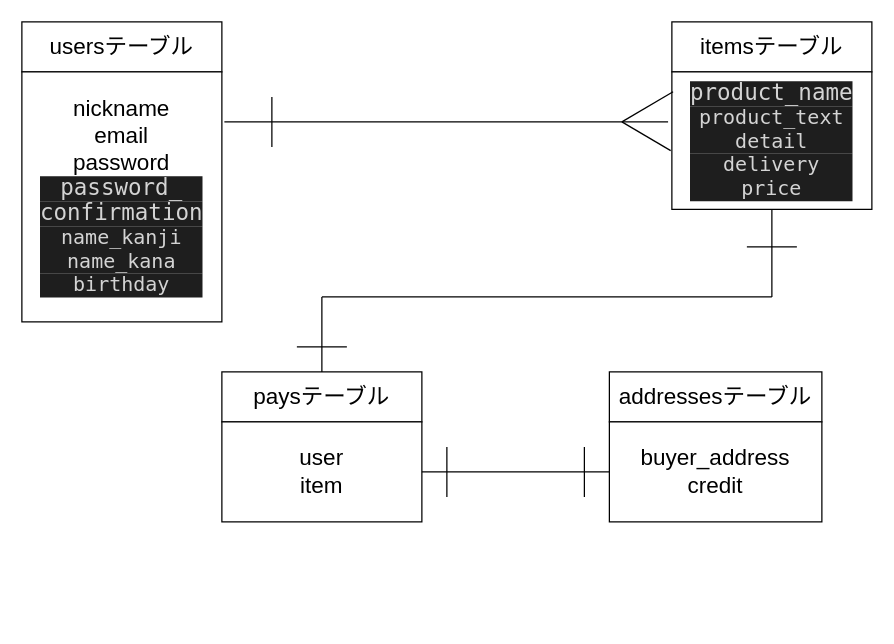
The draw.io diagram test.dio in maduya/furima-28123, before the edit. Source tidied: cells renumbered, new cells numbered last; positions are measured from the earlier drawing's top-left corner, leaving out a move shared by most shapes. Both pictures are drawn from the tidied source at 125%, with x=0, y=0 at pixel (21, 21).
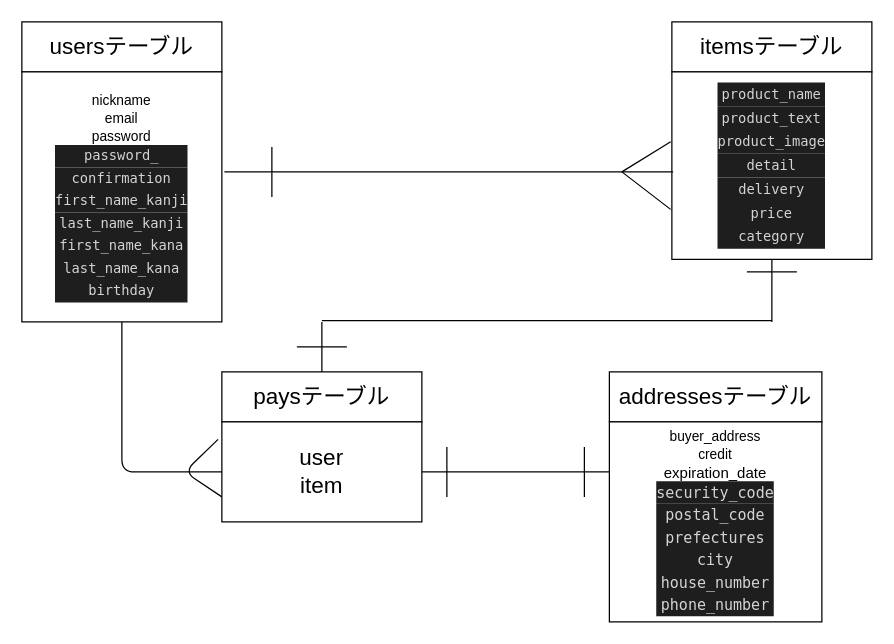
After the change.

Commit message (it also covers changes not shown here):
テーブルの作成ー修正2度目

The change refers to these unchanged cells:
```xml
<mxCell id="6" value="&lt;font style=&quot;font-size: 18px&quot;&gt;paysテーブル&lt;/font&gt;" style="rounded=0;whiteSpace=wrap;html=1;" parent="1" vertex="1">
  <mxGeometry x="160" y="280" width="160" height="40" as="geometry" />
</mxCell>
<mxCell id="7" value="&lt;font style=&quot;font-size: 18px&quot;&gt;user&lt;br&gt;item&lt;br&gt;&lt;/font&gt;" style="rounded=0;whiteSpace=wrap;html=1;" parent="1" vertex="1">
  <mxGeometry x="160" y="320" width="160" height="80" as="geometry" />
</mxCell>
```

Change to the diagram source:
```diff
@@
-    <mxCell id="3" value="&lt;font&gt;&lt;span style=&quot;font-size: 18px&quot;&gt;nickname&lt;/span&gt;&lt;br&gt;&lt;span style=&quot;font-size: 18px&quot;&gt;email&lt;/span&gt;&lt;br&gt;&lt;span style=&quot;font-size: 18px&quot;&gt;password&lt;/span&gt;&lt;br&gt;&lt;div style=&quot;color: rgb(212 , 212 , 212) ; background-color: rgb(30 , 30 , 30) ; font-family: &amp;#34;menlo&amp;#34; , &amp;#34;monaco&amp;#34; , &amp;#34;courier new&amp;#34; , monospace ; line-height: 18px&quot;&gt;&lt;font style=&quot;font-size: 18px&quot;&gt;password_&lt;/font&gt;&lt;/div&gt;&lt;div style=&quot;color: rgb(212 , 212 , 212) ; background-color: rgb(30 , 30 , 30) ; font-family: &amp;#34;menlo&amp;#34; , &amp;#34;monaco&amp;#34; , &amp;#34;courier new&amp;#34; , monospace ; line-height: 18px&quot;&gt;&lt;font style=&quot;font-size: 18px&quot;&gt;confirmation&lt;/font&gt;&lt;/div&gt;&lt;div style=&quot;color: rgb(212 , 212 , 212) ; background-color: rgb(30 , 30 , 30) ; font-family: &amp;#34;menlo&amp;#34; , &amp;#34;monaco&amp;#34; , &amp;#34;courier new&amp;#34; , monospace ; line-height: 18px&quot;&gt;&lt;font size=&quot;3&quot;&gt;name_kanji&lt;/font&gt;&lt;/div&gt;&lt;div style=&quot;color: rgb(212 , 212 , 212) ; background-color: rgb(30 , 30 , 30) ; font-family: &amp;#34;menlo&amp;#34; , &amp;#34;monaco&amp;#34; , &amp;#34;courier new&amp;#34; , monospace ; line-height: 18px&quot;&gt;&lt;font size=&quot;3&quot;&gt;name_kana&lt;/font&gt;&lt;/div&gt;&lt;div style=&quot;color: rgb(212 , 212 , 212) ; background-color: rgb(30 , 30 , 30) ; font-family: &amp;#34;menlo&amp;#34; , &amp;#34;monaco&amp;#34; , &amp;#34;courier new&amp;#34; , monospace ; line-height: 18px&quot;&gt;&lt;font size=&quot;3&quot;&gt;birthday&lt;/font&gt;&lt;/div&gt;&lt;/font&gt;" style="rounded=0;whiteSpace=wrap;html=1;" parent="1" vertex="1">
+    <mxCell id="3" value="&lt;font style=&quot;font-size: 11px&quot;&gt;nickname&lt;br&gt;email&lt;br&gt;password&lt;br&gt;&lt;div style=&quot;color: rgb(212 , 212 , 212) ; background-color: rgb(30 , 30 , 30) ; font-family: &amp;#34;menlo&amp;#34; , &amp;#34;monaco&amp;#34; , &amp;#34;courier new&amp;#34; , monospace ; line-height: 18px&quot;&gt;&lt;font&gt;password_&lt;/font&gt;&lt;/div&gt;&lt;div style=&quot;color: rgb(212 , 212 , 212) ; background-color: rgb(30 , 30 , 30) ; font-family: &amp;#34;menlo&amp;#34; , &amp;#34;monaco&amp;#34; , &amp;#34;courier new&amp;#34; , monospace ; line-height: 18px&quot;&gt;&lt;font&gt;confirmation&lt;/font&gt;&lt;/div&gt;&lt;div style=&quot;color: rgb(212 , 212 , 212) ; background-color: rgb(30 , 30 , 30) ; font-family: &amp;#34;menlo&amp;#34; , &amp;#34;monaco&amp;#34; , &amp;#34;courier new&amp;#34; , monospace ; line-height: 18px&quot;&gt;first_name_kanji&lt;/div&gt;&lt;div style=&quot;color: rgb(212 , 212 , 212) ; background-color: rgb(30 , 30 , 30) ; font-family: &amp;#34;menlo&amp;#34; , &amp;#34;monaco&amp;#34; , &amp;#34;courier new&amp;#34; , monospace ; line-height: 18px&quot;&gt;last_name_kanji&lt;/div&gt;&lt;div style=&quot;color: rgb(212 , 212 , 212) ; background-color: rgb(30 , 30 , 30) ; font-family: &amp;#34;menlo&amp;#34; , &amp;#34;monaco&amp;#34; , &amp;#34;courier new&amp;#34; , monospace ; line-height: 18px&quot;&gt;&lt;div style=&quot;line-height: 18px&quot;&gt;&lt;font&gt;first_name_kana&lt;/font&gt;&lt;/div&gt;&lt;div style=&quot;line-height: 18px&quot;&gt;&lt;font&gt;last_name_kana&lt;/font&gt;&lt;/div&gt;&lt;div style=&quot;line-height: 18px&quot;&gt;birthday&lt;/div&gt;&lt;/div&gt;&lt;/font&gt;" style="rounded=0;whiteSpace=wrap;html=1;" parent="1" vertex="1">
       <mxGeometry y="40" width="160" height="200" as="geometry" />
     </mxCell>
@@
-    <mxCell id="5" value="&lt;div style=&quot;color: rgb(212 , 212 , 212) ; background-color: rgb(30 , 30 , 30) ; font-family: &amp;#34;menlo&amp;#34; , &amp;#34;monaco&amp;#34; , &amp;#34;courier new&amp;#34; , monospace ; line-height: 18px&quot;&gt;&lt;font style=&quot;font-size: 18px&quot;&gt;product_name&lt;/font&gt;&lt;/div&gt;&lt;div style=&quot;color: rgb(212 , 212 , 212) ; background-color: rgb(30 , 30 , 30) ; font-family: &amp;#34;menlo&amp;#34; , &amp;#34;monaco&amp;#34; , &amp;#34;courier new&amp;#34; , monospace ; line-height: 18px&quot;&gt;&lt;font size=&quot;3&quot;&gt;product_text&lt;/font&gt;&lt;/div&gt;&lt;div style=&quot;color: rgb(212 , 212 , 212) ; background-color: rgb(30 , 30 , 30) ; font-family: &amp;#34;menlo&amp;#34; , &amp;#34;monaco&amp;#34; , &amp;#34;courier new&amp;#34; , monospace ; line-height: 18px&quot;&gt;&lt;font size=&quot;3&quot;&gt;detail&lt;/font&gt;&lt;/div&gt;&lt;div style=&quot;color: rgb(212 , 212 , 212) ; background-color: rgb(30 , 30 , 30) ; font-family: &amp;#34;menlo&amp;#34; , &amp;#34;monaco&amp;#34; , &amp;#34;courier new&amp;#34; , monospace ; line-height: 18px&quot;&gt;&lt;div style=&quot;line-height: 18px&quot;&gt;&lt;font size=&quot;3&quot;&gt;delivery&lt;/font&gt;&lt;/div&gt;&lt;div style=&quot;line-height: 18px&quot;&gt;&lt;div style=&quot;line-height: 18px&quot;&gt;&lt;font size=&quot;3&quot;&gt;price&lt;/font&gt;&lt;/div&gt;&lt;/div&gt;&lt;/div&gt;" style="rounded=0;whiteSpace=wrap;html=1;" parent="1" vertex="1">
-      <mxGeometry x="520" y="40" width="160" height="110" as="geometry" />
+    <mxCell id="5" value="&lt;div style=&quot;color: rgb(212 , 212 , 212) ; background-color: rgb(30 , 30 , 30) ; font-family: &amp;#34;menlo&amp;#34; , &amp;#34;monaco&amp;#34; , &amp;#34;courier new&amp;#34; , monospace ; line-height: 18px&quot;&gt;&lt;font style=&quot;font-size: 11px&quot;&gt;product_name&lt;/font&gt;&lt;/div&gt;&lt;div style=&quot;color: rgb(212 , 212 , 212) ; background-color: rgb(30 , 30 , 30) ; font-family: &amp;#34;menlo&amp;#34; , &amp;#34;monaco&amp;#34; , &amp;#34;courier new&amp;#34; , monospace ; line-height: 18px&quot;&gt;&lt;font style=&quot;font-size: 11px&quot;&gt;product_text&lt;/font&gt;&lt;/div&gt;&lt;div style=&quot;color: rgb(212 , 212 , 212) ; background-color: rgb(30 , 30 , 30) ; font-family: &amp;#34;menlo&amp;#34; , &amp;#34;monaco&amp;#34; , &amp;#34;courier new&amp;#34; , monospace ; line-height: 18px&quot;&gt;&lt;font style=&quot;font-size: 11px&quot;&gt;product_image&lt;/font&gt;&lt;/div&gt;&lt;div style=&quot;color: rgb(212 , 212 , 212) ; background-color: rgb(30 , 30 , 30) ; font-family: &amp;#34;menlo&amp;#34; , &amp;#34;monaco&amp;#34; , &amp;#34;courier new&amp;#34; , monospace ; line-height: 18px&quot;&gt;&lt;font style=&quot;font-size: 11px&quot;&gt;detail&lt;/font&gt;&lt;/div&gt;&lt;div style=&quot;color: rgb(212 , 212 , 212) ; background-color: rgb(30 , 30 , 30) ; font-family: &amp;#34;menlo&amp;#34; , &amp;#34;monaco&amp;#34; , &amp;#34;courier new&amp;#34; , monospace ; line-height: 18px&quot;&gt;&lt;div style=&quot;line-height: 18px&quot;&gt;&lt;font style=&quot;font-size: 11px&quot;&gt;delivery&lt;/font&gt;&lt;/div&gt;&lt;div style=&quot;line-height: 18px&quot;&gt;&lt;div style=&quot;line-height: 18px&quot;&gt;&lt;font style=&quot;font-size: 11px&quot;&gt;price&lt;/font&gt;&lt;/div&gt;&lt;div style=&quot;line-height: 18px&quot;&gt;&lt;font style=&quot;font-size: 11px&quot;&gt;category&lt;/font&gt;&lt;/div&gt;&lt;/div&gt;&lt;/div&gt;" style="rounded=0;whiteSpace=wrap;html=1;" parent="1" vertex="1">
+      <mxGeometry x="520" y="40" width="160" height="150" as="geometry" />
     </mxCell>
@@
-    <mxCell id="9" value="&lt;font style=&quot;font-size: 18px&quot;&gt;buyer_address&lt;br&gt;credit&lt;br&gt;&lt;/font&gt;" style="rounded=0;whiteSpace=wrap;html=1;" parent="1" vertex="1">
-      <mxGeometry x="470" y="320" width="170" height="80" as="geometry" />
+    <mxCell id="9" value="&lt;font&gt;&lt;font style=&quot;font-size: 11px&quot;&gt;buyer_address&lt;br&gt;credit&lt;br&gt;&lt;/font&gt;expiration_date&lt;br&gt;&lt;div style=&quot;color: rgb(212 , 212 , 212) ; background-color: rgb(30 , 30 , 30) ; font-family: &amp;#34;menlo&amp;#34; , &amp;#34;monaco&amp;#34; , &amp;#34;courier new&amp;#34; , monospace ; line-height: 18px&quot;&gt;security_code&lt;/div&gt;&lt;div style=&quot;color: rgb(212 , 212 , 212) ; background-color: rgb(30 , 30 , 30) ; font-family: &amp;#34;menlo&amp;#34; , &amp;#34;monaco&amp;#34; , &amp;#34;courier new&amp;#34; , monospace ; line-height: 18px&quot;&gt;&lt;div style=&quot;font-family: &amp;#34;menlo&amp;#34; , &amp;#34;monaco&amp;#34; , &amp;#34;courier new&amp;#34; , monospace ; line-height: 18px&quot;&gt;postal_code&lt;/div&gt;&lt;div style=&quot;font-family: &amp;#34;menlo&amp;#34; , &amp;#34;monaco&amp;#34; , &amp;#34;courier new&amp;#34; , monospace ; line-height: 18px&quot;&gt;&lt;div style=&quot;font-family: &amp;#34;menlo&amp;#34; , &amp;#34;monaco&amp;#34; , &amp;#34;courier new&amp;#34; , monospace ; line-height: 18px&quot;&gt;prefectures&lt;/div&gt;&lt;div style=&quot;font-family: &amp;#34;menlo&amp;#34; , &amp;#34;monaco&amp;#34; , &amp;#34;courier new&amp;#34; , monospace ; line-height: 18px&quot;&gt;city&lt;/div&gt;&lt;div style=&quot;font-family: &amp;#34;menlo&amp;#34; , &amp;#34;monaco&amp;#34; , &amp;#34;courier new&amp;#34; , monospace ; line-height: 18px&quot;&gt;&lt;div style=&quot;font-family: &amp;#34;menlo&amp;#34; , &amp;#34;monaco&amp;#34; , &amp;#34;courier new&amp;#34; , monospace ; line-height: 18px&quot;&gt;house_number&lt;/div&gt;&lt;div style=&quot;font-family: &amp;#34;menlo&amp;#34; , &amp;#34;monaco&amp;#34; , &amp;#34;courier new&amp;#34; , monospace ; line-height: 18px&quot;&gt;&lt;div style=&quot;line-height: 18px&quot;&gt;phone_number&lt;/div&gt;&lt;/div&gt;&lt;/div&gt;&lt;/div&gt;&lt;/div&gt;&lt;/font&gt;" style="rounded=0;whiteSpace=wrap;html=1;" parent="1" vertex="1">
+      <mxGeometry x="470" y="320" width="170" height="160" as="geometry" />
     </mxCell>
-    <mxCell id="10" style="endArrow=none;html=1;entryX=-0.019;entryY=0.364;entryDx=0;entryDy=0;entryPerimeter=0;" parent="1" edge="1" target="5">
+    <mxCell id="10" style="endArrow=none;html=1;" parent="1" edge="1">
       <mxGeometry relative="1" as="geometry">
-        <mxPoint x="162" y="80" as="sourcePoint" />
+        <mxPoint x="162" y="120" as="sourcePoint" />
+        <mxPoint x="521" y="120" as="targetPoint" />
       </mxGeometry>
     </mxCell>
-    <mxCell id="11" style="endArrow=none;html=1;entryX=-0.006;entryY=0.573;entryDx=0;entryDy=0;entryPerimeter=0;" parent="1" edge="1" target="5">
+    <mxCell id="11" style="endArrow=none;html=1;" parent="1" edge="1">
       <mxGeometry relative="1" as="geometry">
-        <mxPoint x="480" y="80" as="sourcePoint" />
+        <mxPoint x="480" y="120" as="sourcePoint" />
+        <mxPoint x="519" y="150" as="targetPoint" />
       </mxGeometry>
     </mxCell>
-    <mxCell id="12" style="endArrow=none;html=1;entryX=0.006;entryY=0.145;entryDx=0;entryDy=0;entryPerimeter=0;" parent="1" edge="1" target="5">
+    <mxCell id="12" style="endArrow=none;html=1;entryX=-0.006;entryY=0.373;entryDx=0;entryDy=0;entryPerimeter=0;" parent="1" edge="1" target="5">
       <mxGeometry relative="1" as="geometry">
-        <mxPoint x="480" y="80" as="sourcePoint" />
+        <mxPoint x="480" y="120" as="sourcePoint" />
       </mxGeometry>
     </mxCell>
     <mxCell id="13" style="endArrow=none;html=1;" parent="1" edge="1">
       <mxGeometry relative="1" as="geometry">
-        <mxPoint x="200" y="100" as="sourcePoint" />
-        <mxPoint x="200" y="60" as="targetPoint" />
+        <mxPoint x="200" y="140" as="sourcePoint" />
+        <mxPoint x="200" y="100" as="targetPoint" />
       </mxGeometry>
     </mxCell>
     <mxCell id="14" style="endArrow=none;html=1;entryX=0.5;entryY=1;entryDx=0;entryDy=0;" parent="1" edge="1" target="5">
       <mxGeometry relative="1" as="geometry">
-        <mxPoint x="600" y="220" as="sourcePoint" />
+        <mxPoint x="600" y="240" as="sourcePoint" />
       </mxGeometry>
     </mxCell>
     <mxCell id="15" style="endArrow=none;html=1;" parent="1" edge="1">
       <mxGeometry relative="1" as="geometry">
-        <mxPoint x="240" y="220" as="sourcePoint" />
-        <mxPoint x="600" y="220" as="targetPoint" />
+        <mxPoint x="240" y="239" as="sourcePoint" />
+        <mxPoint x="600" y="239" as="targetPoint" />
       </mxGeometry>
     </mxCell>
     <mxCell id="16" style="endArrow=none;html=1;exitX=0.5;exitY=0;exitDx=0;exitDy=0;" parent="1" edge="1" source="6">
       <mxGeometry relative="1" as="geometry">
-        <mxPoint x="240" y="220" as="targetPoint" />
+        <mxPoint x="240" y="240" as="targetPoint" />
       </mxGeometry>
     </mxCell>
     <mxCell id="17" style="endArrow=none;html=1;" parent="1" edge="1">
       <mxGeometry relative="1" as="geometry">
-        <mxPoint x="580" y="180" as="sourcePoint" />
-        <mxPoint x="620" y="180" as="targetPoint" />
+        <mxPoint x="580" y="200" as="sourcePoint" />
+        <mxPoint x="620" y="200" as="targetPoint" />
       </mxGeometry>
     </mxCell>
@@
-    <mxCell id="19" style="endArrow=none;html=1;exitX=1;exitY=0.5;exitDx=0;exitDy=0;entryX=0;entryY=0.5;entryDx=0;entryDy=0;" parent="1" edge="1" source="7" target="9">
+    <mxCell id="19" style="endArrow=none;html=1;exitX=1;exitY=0.5;exitDx=0;exitDy=0;entryX=0;entryY=0.25;entryDx=0;entryDy=0;" parent="1" edge="1" source="7" target="9">
       <mxGeometry relative="1" as="geometry" />
     </mxCell>
@@
+    <mxCell id="22" style="endArrow=none;html=1;exitX=0;exitY=0.5;exitDx=0;exitDy=0;entryX=0.5;entryY=1;entryDx=0;entryDy=0;" parent="1" edge="1" source="7" target="3">
+      <mxGeometry relative="1" as="geometry">
+        <Array as="points">
+          <mxPoint x="80" y="360" />
+        </Array>
+      </mxGeometry>
+    </mxCell>
+    <mxCell id="23" style="endArrow=none;html=1;entryX=-0.019;entryY=0.175;entryDx=0;entryDy=0;entryPerimeter=0;exitX=0;exitY=0.75;exitDx=0;exitDy=0;" parent="1" edge="1" source="7" target="7">
+      <mxGeometry relative="1" as="geometry">
+        <Array as="points">
+          <mxPoint x="130" y="360" />
+        </Array>
+      </mxGeometry>
+    </mxCell>
```
